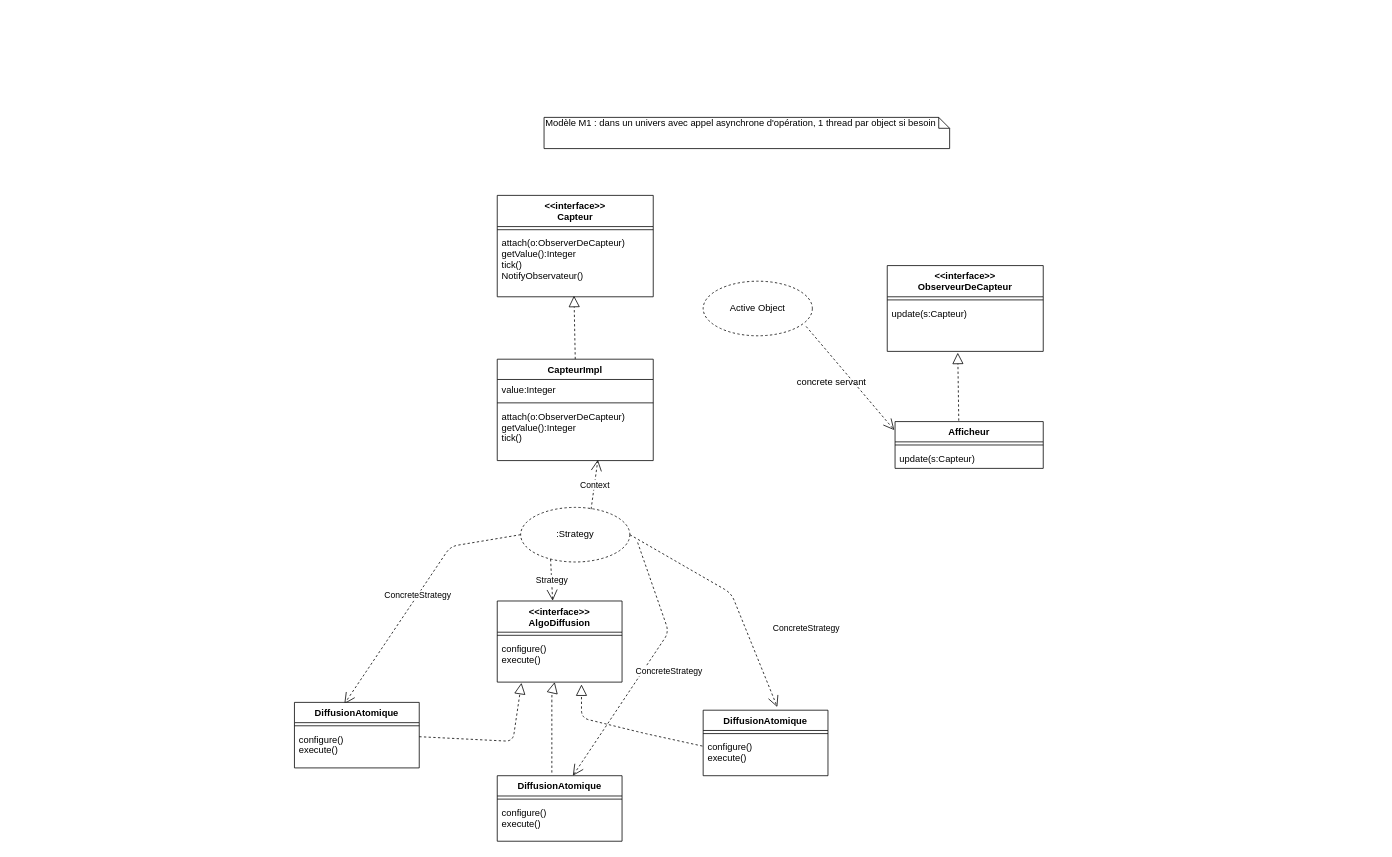
This is page "M1 types" (1 of 2) of M1 partiel.drawio from NicDemo/AOC, a draw.io file, before an edit. Source tidied: cells renumbered, new cells numbered last; positions are measured from the earlier drawing's top-left corner, leaving out a move shared by most shapes. Both pictures are drawn from the tidied source at 78%, with x=0, y=0 at pixel (294, 117).
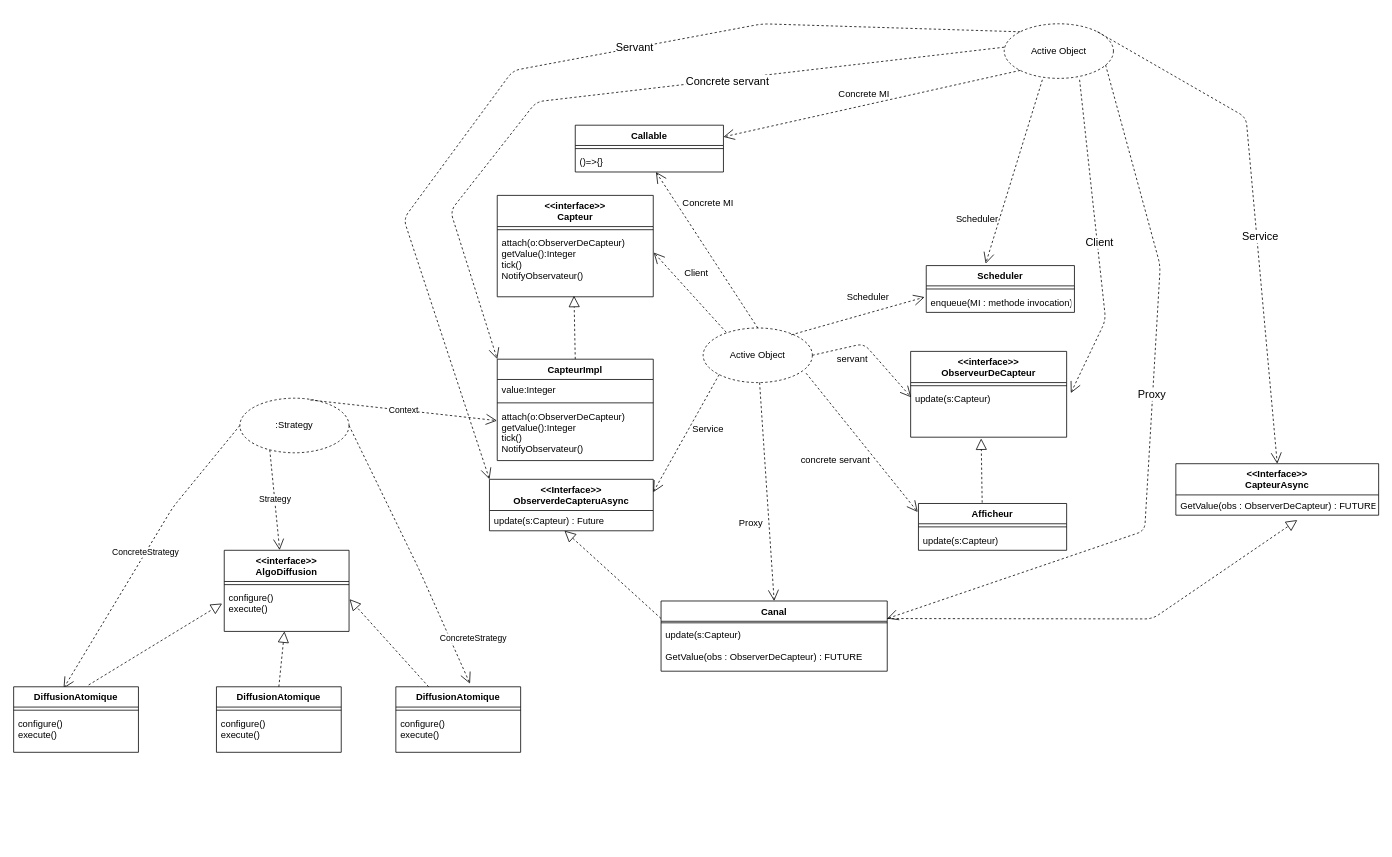
The same page after the edit.

Unchanged cells that the change refers to:
```xml
<mxCell id="5" value="attach(o:ObserverDeCapteur)&#10;getValue():Integer&#10;tick()&#10;NotifyObservateur()" style="text;strokeColor=none;fillColor=none;align=left;verticalAlign=top;spacingLeft=4;spacingRight=4;overflow=hidden;points=[[0,0.5],[1,0.5]];portConstraint=eastwest;" parent="3" vertex="1">
  <mxGeometry y="48" width="200" height="82" as="geometry" />
</mxCell>
<mxCell id="8" value="update(s:Capteur)" style="text;strokeColor=none;fillColor=none;align=left;verticalAlign=top;spacingLeft=4;spacingRight=4;overflow=hidden;points=[[0,0.5],[1,0.5]];portConstraint=eastwest;" parent="6" vertex="1">
  <mxGeometry y="48" width="200" height="62" as="geometry" />
</mxCell>
<mxCell id="11" value="CapteurImpl" style="swimlane;fontStyle=1;align=center;verticalAlign=top;horizontal=1;startSize=26;" parent="1" vertex="1">
  <mxGeometry x="260" y="310" width="200" height="130" as="geometry" />
</mxCell>
<mxCell id="22" value="configure()&#10;execute()" style="text;strokeColor=none;fillColor=none;align=left;verticalAlign=top;spacingLeft=4;spacingRight=4;overflow=hidden;points=[[0,0.5],[1,0.5]];portConstraint=eastwest;" parent="20" vertex="1">
  <mxGeometry y="48" width="160" height="56" as="geometry" />
</mxCell>
<mxCell id="32" value="configure()&#10;execute()" style="text;strokeColor=none;fillColor=none;align=left;verticalAlign=top;spacingLeft=4;spacingRight=4;overflow=hidden;points=[[0,0.5],[1,0.5]];portConstraint=eastwest;" parent="30" vertex="1">
  <mxGeometry y="34" width="160" height="50" as="geometry" />
</mxCell>
<mxCell id="35" value="configure()&#10;execute()" style="text;strokeColor=none;fillColor=none;align=left;verticalAlign=top;spacingLeft=4;spacingRight=4;overflow=hidden;points=[[0,0.5],[1,0.5]];portConstraint=eastwest;" parent="33" vertex="1">
  <mxGeometry y="34" width="160" height="50" as="geometry" />
</mxCell>
```

What changed in the source:
```diff
@@
-    <mxCell id="2" value="Modèle M1 : dans un univers avec appel asynchrone d'opération, 1 thread par object si besoin" style="shape=note;whiteSpace=wrap;html=1;size=14;verticalAlign=top;align=left;spacingTop=-6;" parent="1" vertex="1">
-      <mxGeometry x="320" width="520" height="40" as="geometry" />
-    </mxCell>
@@
     <mxCell id="6" value="&lt;&lt;interface&gt;&gt;&#10;ObserveurDeCapteur" style="swimlane;fontStyle=1;align=center;verticalAlign=top;horizontal=1;startSize=40;" parent="1" vertex="1">
-      <mxGeometry x="760" y="190" width="200" height="110" as="geometry" />
+      <mxGeometry x="790" y="300" width="200" height="110" as="geometry" />
     </mxCell>
@@
-    <mxCell id="14" value="attach(o:ObserverDeCapteur)&#10;getValue():Integer&#10;tick()" style="text;strokeColor=none;fillColor=none;align=left;verticalAlign=top;spacingLeft=4;spacingRight=4;overflow=hidden;points=[[0,0.5],[1,0.5]];portConstraint=eastwest;" parent="11" vertex="1">
+    <mxCell id="14" value="attach(o:ObserverDeCapteur)&#10;getValue():Integer&#10;tick()&#10;NotifyObservateur()" style="text;strokeColor=none;fillColor=none;align=left;verticalAlign=top;spacingLeft=4;spacingRight=4;overflow=hidden;points=[[0,0.5],[1,0.5]];portConstraint=eastwest;" parent="11" vertex="1">
       <mxGeometry y="60" width="200" height="70" as="geometry" />
     </mxCell>
@@
     <mxCell id="16" value="Afficheur" style="swimlane;fontStyle=1;align=center;verticalAlign=top;horizontal=1;startSize=26;" parent="1" vertex="1">
-      <mxGeometry x="770" y="390" width="190" height="60" as="geometry" />
+      <mxGeometry x="800" y="495" width="190" height="60" as="geometry" />
     </mxCell>
@@
     <mxCell id="19" value=":Strategy" style="ellipse;whiteSpace=wrap;html=1;dashed=1;" parent="1" vertex="1">
-      <mxGeometry x="290" y="500" width="140" height="70" as="geometry" />
+      <mxGeometry x="-70" y="360" width="140" height="70" as="geometry" />
     </mxCell>
     <mxCell id="20" value="&lt;&lt;interface&gt;&gt;&#10;AlgoDiffusion" style="swimlane;fontStyle=1;align=center;verticalAlign=top;horizontal=1;startSize=40;" parent="1" vertex="1">
-      <mxGeometry x="260" y="620" width="160" height="104" as="geometry" />
+      <mxGeometry x="-90" y="555" width="160" height="104" as="geometry" />
     </mxCell>
@@
-    <mxCell id="24" value="Context" style="endArrow=open;endSize=12;dashed=1;html=1;exitX=0.645;exitY=0.033;exitDx=0;exitDy=0;exitPerimeter=0;entryX=0.645;entryY=0.986;entryDx=0;entryDy=0;entryPerimeter=0;" parent="1" edge="1" source="19" target="14">
+    <mxCell id="24" value="Context" style="endArrow=open;endSize=12;dashed=1;html=1;exitX=0.645;exitY=0.033;exitDx=0;exitDy=0;exitPerimeter=0;entryX=-0.002;entryY=0.268;entryDx=0;entryDy=0;entryPerimeter=0;" parent="1" edge="1" source="19" target="14">
       <mxGeometry relative="1" as="geometry" />
     </mxCell>
     <mxCell id="25" value="DiffusionAtomique" style="swimlane;fontStyle=1;align=center;verticalAlign=top;horizontal=1;startSize=26;" parent="1" vertex="1">
-      <mxGeometry x="260" y="844" width="160" height="84" as="geometry" />
+      <mxGeometry x="-100" y="730" width="160" height="84" as="geometry" />
     </mxCell>
@@
-    <mxCell id="28" style="endArrow=block;dashed=1;endFill=0;endSize=12;html=1;" parent="1" edge="1" target="22">
-      <mxGeometry relative="1" as="geometry">
-        <mxPoint x="330" y="840" as="sourcePoint" />
-        <Array as="points">
-          <mxPoint x="330" y="740" />
-        </Array>
-      </mxGeometry>
-    </mxCell>
     <mxCell id="29" value="ConcreteStrategy" style="endArrow=open;endSize=12;dashed=1;html=1;exitX=0;exitY=0.5;exitDx=0;exitDy=0;entryX=0.4;entryY=0.024;entryDx=0;entryDy=0;entryPerimeter=0;" parent="1" edge="1" source="19" target="30">
       <mxGeometry relative="1" as="geometry">
         <Array as="points">
-          <mxPoint x="200" y="550" />
+          <mxPoint x="-156" y="500" />
         </Array>
       </mxGeometry>
     </mxCell>
     <mxCell id="30" value="DiffusionAtomique" style="swimlane;fontStyle=1;align=center;verticalAlign=top;horizontal=1;startSize=26;" parent="1" vertex="1">
-      <mxGeometry y="750" width="160" height="84" as="geometry" />
+      <mxGeometry x="-360" y="730" width="160" height="84" as="geometry" />
     </mxCell>
@@
     <mxCell id="33" value="DiffusionAtomique" style="swimlane;fontStyle=1;align=center;verticalAlign=top;horizontal=1;startSize=26;" parent="1" vertex="1">
-      <mxGeometry x="524" y="760" width="160" height="84" as="geometry" />
+      <mxGeometry x="130" y="730" width="160" height="84" as="geometry" />
     </mxCell>
@@
     <mxCell id="36" value="ConcreteStrategy" style="endArrow=open;endSize=12;dashed=1;html=1;exitX=1;exitY=0.5;exitDx=0;exitDy=0;entryX=0.594;entryY=-0.048;entryDx=0;entryDy=0;entryPerimeter=0;" parent="1" edge="1" source="19" target="33">
-      <mxGeometry x="0.48" y="72" relative="1" as="geometry">
+      <mxGeometry x="0.72" y="27" relative="1" as="geometry">
         <Array as="points">
-          <mxPoint x="560" y="610" />
+          <mxPoint x="160" y="580" />
         </Array>
       </mxGeometry>
     </mxCell>
-    <mxCell id="37" value="ConcreteStrategy" style="endArrow=open;endSize=12;dashed=1;html=1;exitX=1;exitY=0.5;exitDx=0;exitDy=0;entryX=0.606;entryY=0;entryDx=0;entryDy=0;entryPerimeter=0;" parent="1" edge="1" target="25">
-      <mxGeometry x="-0.05" y="28" relative="1" as="geometry">
-        <mxPoint x="440" y="545" as="sourcePoint" />
-        <Array as="points">
-          <mxPoint x="480" y="660" />
-        </Array>
-      </mxGeometry>
-    </mxCell>
-    <mxCell id="38" style="endArrow=block;dashed=1;endFill=0;endSize=12;html=1;exitX=1;exitY=0.2;exitDx=0;exitDy=0;exitPerimeter=0;entryX=0.194;entryY=1.018;entryDx=0;entryDy=0;entryPerimeter=0;" parent="1" edge="1" source="32" target="22">
-      <mxGeometry relative="1" as="geometry">
-        <Array as="points">
-          <mxPoint x="280" y="800" />
-        </Array>
-      </mxGeometry>
+    <mxCell id="38" style="endArrow=block;dashed=1;endFill=0;endSize=12;html=1;exitX=0.601;exitY=-0.028;exitDx=0;exitDy=0;exitPerimeter=0;entryX=-0.017;entryY=0.361;entryDx=0;entryDy=0;entryPerimeter=0;" parent="1" edge="1" source="30" target="22">
+      <mxGeometry relative="1" as="geometry" />
     </mxCell>
-    <mxCell id="39" style="endArrow=block;dashed=1;endFill=0;endSize=12;html=1;exitX=-0.006;exitY=0.24;exitDx=0;exitDy=0;exitPerimeter=0;entryX=0.675;entryY=1.054;entryDx=0;entryDy=0;entryPerimeter=0;" parent="1" edge="1" source="35" target="22">
-      <mxGeometry relative="1" as="geometry">
-        <Array as="points">
-          <mxPoint x="450" y="790" />
-          <mxPoint x="368" y="770" />
-        </Array>
-      </mxGeometry>
-    </mxCell>
     <mxCell id="40" value="Active Object" style="ellipse;whiteSpace=wrap;html=1;dashed=1;" parent="1" vertex="1">
-      <mxGeometry x="524" y="210" width="140" height="70" as="geometry" />
+      <mxGeometry x="524" y="270" width="140" height="70" as="geometry" />
     </mxCell>
     <mxCell id="41" value="concrete servant&amp;nbsp;" style="text;html=1;align=center;verticalAlign=middle;strokeColor=none;fillColor=none;" parent="1" vertex="1">
-      <mxGeometry x="635" y="330" width="110" height="20" as="geometry" />
+      <mxGeometry x="640" y="430" width="110" height="20" as="geometry" />
     </mxCell>
+    <mxCell id="42" style="endArrow=open;endSize=12;dashed=1;html=1;exitX=1;exitY=0.5;exitDx=0;exitDy=0;entryX=0.003;entryY=0.174;entryDx=0;entryDy=0;entryPerimeter=0;" parent="1" edge="1" source="40" target="8">
+      <mxGeometry x="-0.56" y="-42" relative="1" as="geometry">
+        <Array as="points">
+          <mxPoint x="730" y="290" />
+        </Array>
+      </mxGeometry>
+    </mxCell>
+    <mxCell id="43" value="servant" style="text;html=1;align=center;verticalAlign=middle;strokeColor=none;fillColor=none;" parent="1" vertex="1">
+      <mxGeometry x="690" y="300" width="50" height="20" as="geometry" />
+    </mxCell>
+    <mxCell id="44" value="Scheduler" style="swimlane;fontStyle=1;align=center;verticalAlign=top;horizontal=1;startSize=26;" parent="1" vertex="1">
+      <mxGeometry x="810" y="190" width="190" height="60" as="geometry" />
+    </mxCell>
+    <mxCell id="45" style="line;strokeWidth=1;fillColor=none;align=left;verticalAlign=middle;spacingTop=-1;spacingLeft=3;spacingRight=3;labelPosition=right;" parent="44" vertex="1">
+      <mxGeometry y="26" width="190" height="8" as="geometry" />
+    </mxCell>
+    <mxCell id="46" value="enqueue(MI : methode invocation)" style="text;strokeColor=none;fillColor=none;align=left;verticalAlign=top;spacingLeft=4;spacingRight=4;overflow=hidden;points=[[0,0.5],[1,0.5]];portConstraint=eastwest;" parent="44" vertex="1">
+      <mxGeometry y="34" width="190" height="26" as="geometry" />
+    </mxCell>
+    <mxCell id="47" style="endArrow=open;endSize=12;dashed=1;html=1;exitX=0.806;exitY=0.126;exitDx=0;exitDy=0;entryX=-0.011;entryY=0.248;entryDx=0;entryDy=0;entryPerimeter=0;exitPerimeter=0;" parent="1" edge="1" source="40" target="46">
+      <mxGeometry x="-0.56" y="-42" relative="1" as="geometry" />
+    </mxCell>
+    <mxCell id="48" value="Scheduler" style="text;html=1;align=center;verticalAlign=middle;strokeColor=none;fillColor=none;" parent="1" vertex="1">
+      <mxGeometry x="700" y="220" width="70" height="20" as="geometry" />
+    </mxCell>
+    <mxCell id="49" value="Callable" style="swimlane;fontStyle=1;align=center;verticalAlign=top;horizontal=1;startSize=26;" parent="1" vertex="1">
+      <mxGeometry x="360" y="10" width="190" height="60" as="geometry" />
+    </mxCell>
+    <mxCell id="50" style="line;strokeWidth=1;fillColor=none;align=left;verticalAlign=middle;spacingTop=-1;spacingLeft=3;spacingRight=3;labelPosition=right;" parent="49" vertex="1">
+      <mxGeometry y="26" width="190" height="8" as="geometry" />
+    </mxCell>
+    <mxCell id="51" value="()=&gt;{}" style="text;strokeColor=none;fillColor=none;align=left;verticalAlign=top;spacingLeft=4;spacingRight=4;overflow=hidden;points=[[0,0.5],[1,0.5]];portConstraint=eastwest;" parent="49" vertex="1">
+      <mxGeometry y="34" width="190" height="26" as="geometry" />
+    </mxCell>
+    <mxCell id="52" style="endArrow=open;endSize=12;dashed=1;html=1;exitX=0.5;exitY=0;exitDx=0;exitDy=0;" parent="1" edge="1" source="40" target="51">
+      <mxGeometry x="-0.56" y="-42" relative="1" as="geometry" />
+    </mxCell>
+    <mxCell id="53" value="Concrete MI" style="text;html=1;align=center;verticalAlign=middle;strokeColor=none;fillColor=none;" parent="1" vertex="1">
+      <mxGeometry x="490" y="100" width="80" height="20" as="geometry" />
+    </mxCell>
+    <mxCell id="54" style="endArrow=open;endSize=12;dashed=1;html=1;exitX=0.211;exitY=0.078;exitDx=0;exitDy=0;exitPerimeter=0;entryX=1.003;entryY=0.308;entryDx=0;entryDy=0;entryPerimeter=0;" parent="1" edge="1" source="40" target="5">
+      <mxGeometry x="-0.56" y="-42" relative="1" as="geometry" />
+    </mxCell>
+    <mxCell id="55" value="Client" style="text;html=1;align=center;verticalAlign=middle;strokeColor=none;fillColor=none;" parent="1" vertex="1">
+      <mxGeometry x="490" y="190" width="50" height="20" as="geometry" />
+    </mxCell>
+    <mxCell id="56" value="Proxy" style="text;html=1;align=center;verticalAlign=middle;strokeColor=none;fillColor=none;" parent="1" vertex="1">
+      <mxGeometry x="560" y="510" width="50" height="20" as="geometry" />
+    </mxCell>
+    <mxCell id="57" value="Canal" style="swimlane;fontStyle=1;align=center;verticalAlign=top;horizontal=1;startSize=26;" parent="1" vertex="1">
+      <mxGeometry x="470" y="620" width="290" height="90" as="geometry" />
+    </mxCell>
+    <mxCell id="58" style="line;strokeWidth=1;fillColor=none;align=left;verticalAlign=middle;spacingTop=-1;spacingLeft=3;spacingRight=3;labelPosition=right;" parent="57" vertex="1">
+      <mxGeometry y="26" width="290" height="4" as="geometry" />
+    </mxCell>
+    <mxCell id="59" value="update(s:Capteur)&#10;&#10;GetValue(obs : ObserverDeCapteur) : FUTURE&#10;" style="text;strokeColor=none;fillColor=none;align=left;verticalAlign=top;spacingLeft=4;spacingRight=4;overflow=hidden;" parent="57" vertex="1">
+      <mxGeometry y="30" width="290" height="60" as="geometry" />
+    </mxCell>
+    <mxCell id="60" value="&lt;&lt;Interface&gt;&gt;&#10;ObserverdeCapteruAsync" style="swimlane;fontStyle=1;align=center;verticalAlign=top;horizontal=1;startSize=40;" parent="1" vertex="1">
+      <mxGeometry x="250" y="464" width="210" height="66" as="geometry" />
+    </mxCell>
+    <mxCell id="61" value="update(s:Capteur) : Future" style="text;strokeColor=none;fillColor=none;align=left;verticalAlign=top;spacingLeft=4;spacingRight=4;overflow=hidden;points=[[0,0.5],[1,0.5]];portConstraint=eastwest;" parent="60" vertex="1">
+      <mxGeometry y="40" width="210" height="26" as="geometry" />
+    </mxCell>
+    <mxCell id="62" style="line;strokeWidth=1;fillColor=none;align=left;verticalAlign=middle;spacingTop=-1;spacingLeft=3;spacingRight=3;labelPosition=right;" parent="60" vertex="1">
+      <mxGeometry y="66" width="210" as="geometry" />
+    </mxCell>
+    <mxCell id="63" style="endArrow=block;dashed=1;endFill=0;endSize=12;html=1;entryX=1.004;entryY=0.262;entryDx=0;entryDy=0;entryPerimeter=0;" parent="1" edge="1" source="33" target="22">
+      <mxGeometry relative="1" as="geometry" />
+    </mxCell>
+    <mxCell id="64" style="endArrow=block;dashed=1;endFill=0;endSize=12;html=1;exitX=0.5;exitY=0;exitDx=0;exitDy=0;" parent="1" edge="1" source="25" target="22">
+      <mxGeometry relative="1" as="geometry" />
+    </mxCell>
+    <mxCell id="65" style="endArrow=open;endSize=12;dashed=1;html=1;exitX=0;exitY=1;exitDx=0;exitDy=0;entryX=1;entryY=0.25;entryDx=0;entryDy=0;" parent="1" edge="1" source="40" target="60">
+      <mxGeometry x="-0.56" y="-42" relative="1" as="geometry" />
+    </mxCell>
+    <mxCell id="66" value="Service" style="text;html=1;align=center;verticalAlign=middle;strokeColor=none;fillColor=none;" parent="1" vertex="1">
+      <mxGeometry x="500" y="390" width="60" height="20" as="geometry" />
+    </mxCell>
+    <mxCell id="67" style="endArrow=open;endSize=12;dashed=1;html=1;entryX=0.5;entryY=0;entryDx=0;entryDy=0;" parent="1" edge="1" source="40" target="57">
+      <mxGeometry x="-0.56" y="-42" relative="1" as="geometry" />
+    </mxCell>
+    <mxCell id="68" style="endArrow=block;dashed=1;endFill=0;endSize=12;html=1;entryX=0.458;entryY=0.996;entryDx=0;entryDy=0;entryPerimeter=0;exitX=0;exitY=0.25;exitDx=0;exitDy=0;" parent="1" edge="1" source="57" target="61">
+      <mxGeometry relative="1" as="geometry" />
+    </mxCell>
+    <mxCell id="69" value="Active Object" style="ellipse;whiteSpace=wrap;html=1;dashed=1;" parent="1" vertex="1">
+      <mxGeometry x="910" y="-120" width="140" height="70" as="geometry" />
+    </mxCell>
+    <mxCell id="70" style="endArrow=open;endSize=12;dashed=1;html=1;exitX=0.349;exitY=1.026;exitDx=0;exitDy=0;entryX=0.401;entryY=-0.041;entryDx=0;entryDy=0;entryPerimeter=0;exitPerimeter=0;" parent="1" edge="1" source="69" target="44">
+      <mxGeometry x="-0.56" y="-42" relative="1" as="geometry" />
+    </mxCell>
+    <mxCell id="71" value="Scheduler" style="text;html=1;align=center;verticalAlign=middle;strokeColor=none;fillColor=none;" parent="1" vertex="1">
+      <mxGeometry x="840" y="120" width="70" height="20" as="geometry" />
+    </mxCell>
+    <mxCell id="72" style="endArrow=open;endSize=12;dashed=1;html=1;exitX=0;exitY=1;exitDx=0;exitDy=0;entryX=1;entryY=0.25;entryDx=0;entryDy=0;" parent="1" edge="1" source="69" target="49">
+      <mxGeometry x="-0.56" y="-42" relative="1" as="geometry" />
+    </mxCell>
+    <mxCell id="73" value="Concrete MI" style="text;html=1;align=center;verticalAlign=middle;strokeColor=none;fillColor=none;" parent="1" vertex="1">
+      <mxGeometry x="690" y="-40" width="80" height="20" as="geometry" />
+    </mxCell>
+    <mxCell id="74" style="endArrow=open;endSize=12;dashed=1;html=1;exitX=0;exitY=0;exitDx=0;exitDy=0;entryX=0;entryY=0;entryDx=0;entryDy=0;" parent="1" edge="1" source="69" target="60">
+      <mxGeometry x="-0.56" y="-42" relative="1" as="geometry">
+        <Array as="points">
+          <mxPoint x="600" y="-120" />
+          <mxPoint x="280" y="-60" />
+          <mxPoint x="140" y="130" />
+        </Array>
+      </mxGeometry>
+    </mxCell>
+    <mxCell id="75" value="Servant" style="edgeLabel;html=1;align=center;verticalAlign=middle;fontSize=14;" parent="74" vertex="1">
+      <mxGeometry x="-0.2" y="-1" relative="1" as="geometry" />
+    </mxCell>
+    <mxCell id="76" style="endArrow=open;endSize=12;dashed=1;html=1;exitX=0.69;exitY=1.026;exitDx=0;exitDy=0;entryX=1.027;entryY=0.087;entryDx=0;entryDy=0;entryPerimeter=0;exitPerimeter=0;" parent="1" edge="1" source="69" target="8">
+      <mxGeometry x="-0.56" y="-42" relative="1" as="geometry">
+        <Array as="points">
+          <mxPoint x="1040" y="260" />
+        </Array>
+      </mxGeometry>
+    </mxCell>
+    <mxCell id="77" value="&lt;font style=&quot;font-size: 14px&quot;&gt;Client&lt;/font&gt;" style="edgeLabel;html=1;align=center;verticalAlign=middle;" parent="76" vertex="1">
+      <mxGeometry x="0.01" y="2" relative="1" as="geometry" />
+    </mxCell>
+    <mxCell id="78" value="&lt;&lt;Interface&gt;&gt;&#10;CapteurAsync" style="swimlane;fontStyle=1;align=center;verticalAlign=top;horizontal=1;startSize=40;" parent="1" vertex="1">
+      <mxGeometry x="1130" y="444" width="260" height="66" as="geometry" />
+    </mxCell>
+    <mxCell id="79" value="GetValue(obs : ObserverDeCapteur) : FUTURE" style="text;strokeColor=none;fillColor=none;align=left;verticalAlign=top;spacingLeft=4;spacingRight=4;overflow=hidden;points=[[0,0.5],[1,0.5]];portConstraint=eastwest;" parent="78" vertex="1">
+      <mxGeometry y="40" width="260" height="26" as="geometry" />
+    </mxCell>
+    <mxCell id="80" style="line;strokeWidth=1;fillColor=none;align=left;verticalAlign=middle;spacingTop=-1;spacingLeft=3;spacingRight=3;labelPosition=right;" parent="78" vertex="1">
+      <mxGeometry y="66" width="260" as="geometry" />
+    </mxCell>
+    <mxCell id="81" style="endArrow=open;endSize=12;dashed=1;html=1;entryX=0.5;entryY=0;entryDx=0;entryDy=0;exitX=1;exitY=0;exitDx=0;exitDy=0;" parent="1" edge="1" source="69" target="78">
+      <mxGeometry x="-0.56" y="-42" relative="1" as="geometry">
+        <Array as="points">
+          <mxPoint x="1220" />
+        </Array>
+      </mxGeometry>
+    </mxCell>
+    <mxCell id="82" value="Service" style="edgeLabel;html=1;align=center;verticalAlign=middle;fontSize=14;" parent="81" vertex="1">
+      <mxGeometry x="0.12" y="4" relative="1" as="geometry" />
+    </mxCell>
+    <mxCell id="83" style="endArrow=block;dashed=1;endFill=0;endSize=12;html=1;entryX=0.599;entryY=1.241;entryDx=0;entryDy=0;entryPerimeter=0;exitX=1;exitY=0.25;exitDx=0;exitDy=0;" parent="1" edge="1" source="57" target="79">
+      <mxGeometry relative="1" as="geometry">
+        <Array as="points">
+          <mxPoint x="1100" y="643" />
+        </Array>
+      </mxGeometry>
+    </mxCell>
+    <mxCell id="84" style="endArrow=open;endSize=12;dashed=1;html=1;entryX=1;entryY=0.25;entryDx=0;entryDy=0;exitX=0.928;exitY=0.754;exitDx=0;exitDy=0;exitPerimeter=0;" parent="1" edge="1" source="69" target="57">
+      <mxGeometry x="-0.56" y="-42" relative="1" as="geometry">
+        <Array as="points">
+          <mxPoint x="1110" y="190" />
+          <mxPoint x="1090" y="530" />
+        </Array>
+      </mxGeometry>
+    </mxCell>
+    <mxCell id="85" value="Proxy" style="edgeLabel;html=1;align=center;verticalAlign=middle;fontSize=14;" parent="84" vertex="1">
+      <mxGeometry x="0.12" y="4" relative="1" as="geometry">
+        <mxPoint y="-104" as="offset" />
+      </mxGeometry>
+    </mxCell>
+    <mxCell id="86" style="endArrow=open;endSize=12;dashed=1;html=1;entryX=0;entryY=0;entryDx=0;entryDy=0;" parent="1" edge="1" target="11">
+      <mxGeometry x="-0.56" y="-42" relative="1" as="geometry">
+        <mxPoint x="910" y="-90" as="sourcePoint" />
+        <Array as="points">
+          <mxPoint x="310" y="-20" />
+          <mxPoint x="200" y="120" />
+        </Array>
+      </mxGeometry>
+    </mxCell>
+    <mxCell id="87" value="Concrete servant" style="edgeLabel;html=1;align=center;verticalAlign=middle;fontSize=14;" parent="86" vertex="1">
+      <mxGeometry x="-0.27" y="2" relative="1" as="geometry" />
+    </mxCell>
```
